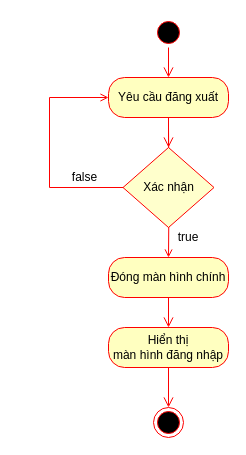
The draw.io diagram page "đăng xuất" (2 of 3) of PJ 2B Activity Diagram.drawio in LocalHost127000/OODA, before the edit. Source tidied: cells renumbered, new cells numbered last; positions are measured from the earlier drawing's top-left corner, leaving out a move shared by most shapes. Both pictures are drawn from the tidied source at 100%, with x=0, y=0 at pixel (49, 17).
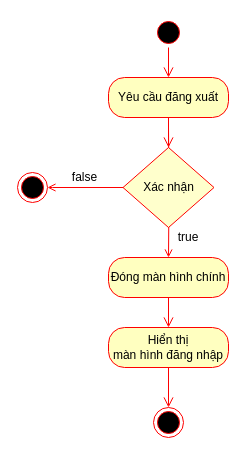
After the change.

The edit, as a diff of the source:
```diff
@@
 <mxGraphModel>
   <root>
     <mxCell id="0" />
     <mxCell id="1" parent="0" />
     <mxCell id="2" style="ellipse;html=1;shape=startState;fillColor=#000000;strokeColor=#ff0000;" parent="1" vertex="1">
       <mxGeometry x="104" width="30" height="30" as="geometry" />
     </mxCell>
     <mxCell id="3" style="edgeStyle=orthogonalEdgeStyle;html=1;verticalAlign=bottom;endArrow=open;endSize=8;strokeColor=#ff0000;entryX=0.5;entryY=0;entryDx=0;entryDy=0;" parent="1" edge="1" source="2" target="4">
       <mxGeometry relative="1" as="geometry" />
     </mxCell>
     <mxCell id="4" value="Yêu cầu đăng xuất" style="rounded=1;whiteSpace=wrap;html=1;arcSize=40;fontColor=#000000;fillColor=#ffffc0;strokeColor=#ff0000;" parent="1" vertex="1">
       <mxGeometry x="59" y="60" width="120" height="40" as="geometry" />
     </mxCell>
     <mxCell id="5" style="edgeStyle=orthogonalEdgeStyle;html=1;verticalAlign=bottom;endArrow=open;endSize=8;strokeColor=#ff0000;" parent="1" edge="1" source="4">
       <mxGeometry relative="1" as="geometry">
         <mxPoint x="119" y="130" as="targetPoint" />
       </mxGeometry>
     </mxCell>
-    <mxCell id="6" style="edgeStyle=orthogonalEdgeStyle;rounded=0;jettySize=auto;html=1;endArrow=open;endFill=0;strokeColor=#FF0000;" parent="1" edge="1" source="8" target="4">
+    <mxCell id="6" style="edgeStyle=orthogonalEdgeStyle;rounded=0;jettySize=auto;html=1;endArrow=open;endFill=0;strokeColor=#FF0000;" parent="1" edge="1" source="8" target="16">
       <mxGeometry relative="1" as="geometry">
         <Array as="points">
-          <mxPoint x="119" y="170" />
-          <mxPoint y="170" />
-          <mxPoint y="50" />
+          <mxPoint x="3" y="170" />
+          <mxPoint x="3" y="170" />
         </Array>
       </mxGeometry>
     </mxCell>
     <mxCell id="7" style="edgeStyle=orthogonalEdgeStyle;rounded=0;jettySize=auto;html=1;endArrow=open;endFill=0;strokeColor=#FF0000;" parent="1" edge="1" target="11">
       <mxGeometry relative="1" as="geometry">
         <mxPoint x="119" y="110" as="sourcePoint" />
       </mxGeometry>
     </mxCell>
     <mxCell id="8" value="&lt;div&gt;Xác nhận&lt;/div&gt;" style="rhombus;whiteSpace=wrap;html=1;strokeColor=#FF0000;fillColor=#FFFFCC;" parent="1" vertex="1">
       <mxGeometry x="73.5" y="130" width="91" height="80" as="geometry" />
     </mxCell>
     <mxCell id="9" value="false" style="text;html=1;strokeColor=none;fillColor=none;align=center;verticalAlign=middle;whiteSpace=wrap;rounded=0;" parent="1" vertex="1">
       <mxGeometry y="150" width="71" height="20" as="geometry" />
     </mxCell>
     <mxCell id="10" style="edgeStyle=orthogonalEdgeStyle;rounded=0;jettySize=auto;html=1;startSize=7;endArrow=open;endFill=0;endSize=8;strokeColor=#FF0000;" parent="1" edge="1" source="11" target="13">
       <mxGeometry relative="1" as="geometry" />
     </mxCell>
     <mxCell id="11" value="Đóng màn hình chính" style="rounded=1;whiteSpace=wrap;html=1;arcSize=40;fontColor=#000000;fillColor=#ffffc0;strokeColor=#ff0000;" parent="1" vertex="1">
       <mxGeometry x="59" y="240" width="120" height="40" as="geometry" />
     </mxCell>
     <mxCell id="12" value="true" style="text;html=1;strokeColor=none;fillColor=none;align=center;verticalAlign=middle;whiteSpace=wrap;rounded=0;" parent="1" vertex="1">
       <mxGeometry x="119" y="210" width="40" height="20" as="geometry" />
     </mxCell>
     <mxCell id="13" value="&lt;div&gt;Hiển thị&lt;/div&gt;&lt;div&gt;màn hình đăng nhập&lt;/div&gt;" style="rounded=1;whiteSpace=wrap;html=1;arcSize=40;fontColor=#000000;fillColor=#ffffc0;strokeColor=#ff0000;" parent="1" vertex="1">
       <mxGeometry x="59" y="310" width="120" height="40" as="geometry" />
     </mxCell>
     <mxCell id="14" style="edgeStyle=orthogonalEdgeStyle;html=1;verticalAlign=bottom;endArrow=open;endSize=8;strokeColor=#ff0000;entryX=0.5;entryY=0;entryDx=0;entryDy=0;" parent="1" edge="1" source="13" target="15">
       <mxGeometry relative="1" as="geometry" />
     </mxCell>
     <mxCell id="15" style="ellipse;html=1;shape=endState;fillColor=#000000;strokeColor=#ff0000;" parent="1" vertex="1">
       <mxGeometry x="104" y="390" width="30" height="30" as="geometry" />
     </mxCell>
+    <mxCell id="16" style="ellipse;html=1;shape=endState;fillColor=#000000;strokeColor=#ff0000;" parent="1" vertex="1">
+      <mxGeometry x="-32" y="155" width="30" height="30" as="geometry" />
+    </mxCell>
   </root>
 </mxGraphModel>
```
